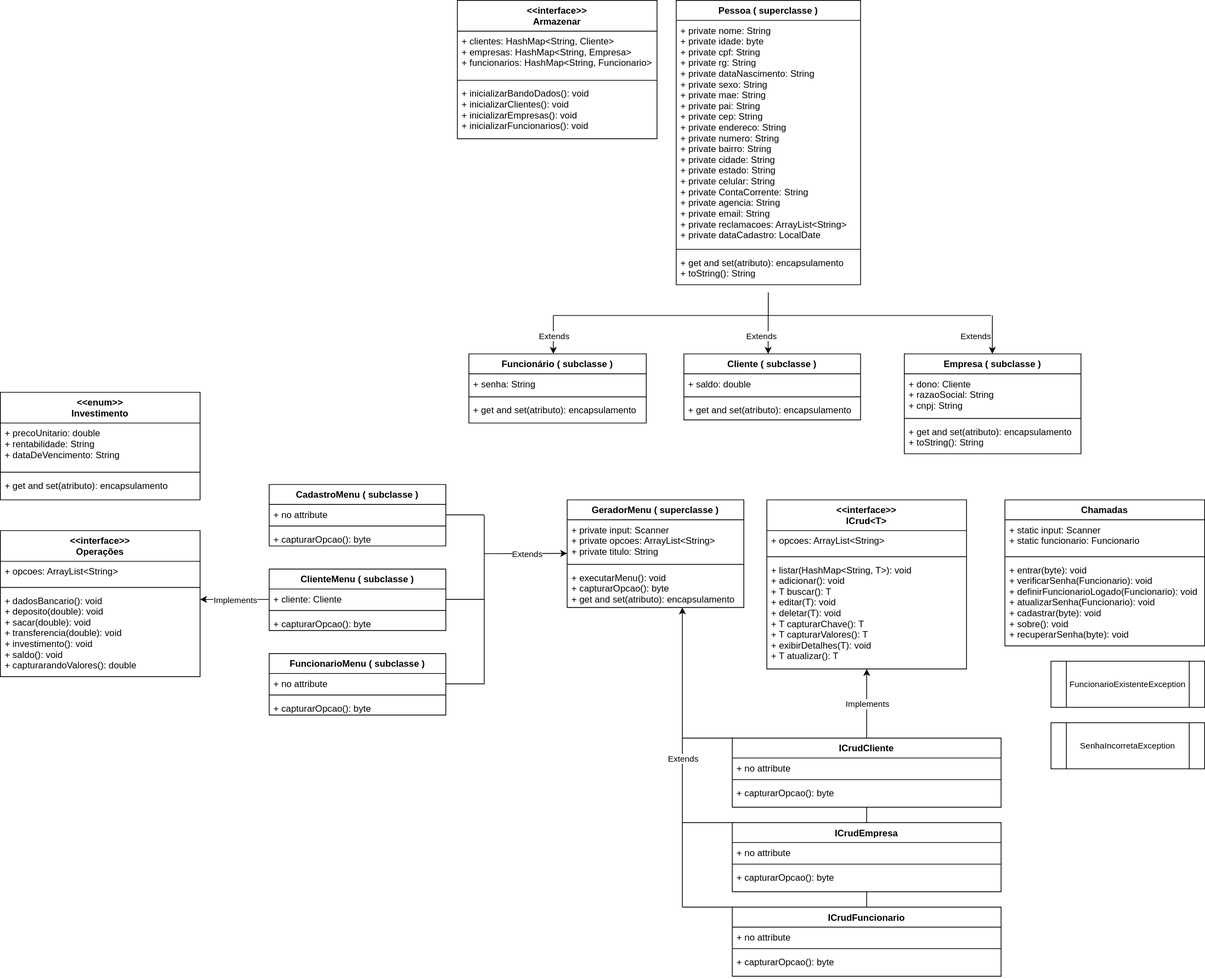
ArthurEstevan/redesenvolvimento-conta-bancaria-v2.0 keeps this draw.io diagram as Diagrama sem nome.drawio.svg. Above is the earlier version. Source tidied: cells renumbered, new cells last; positions are measured from the earlier drawing's top-left corner, leaving out a move shared by most shapes.
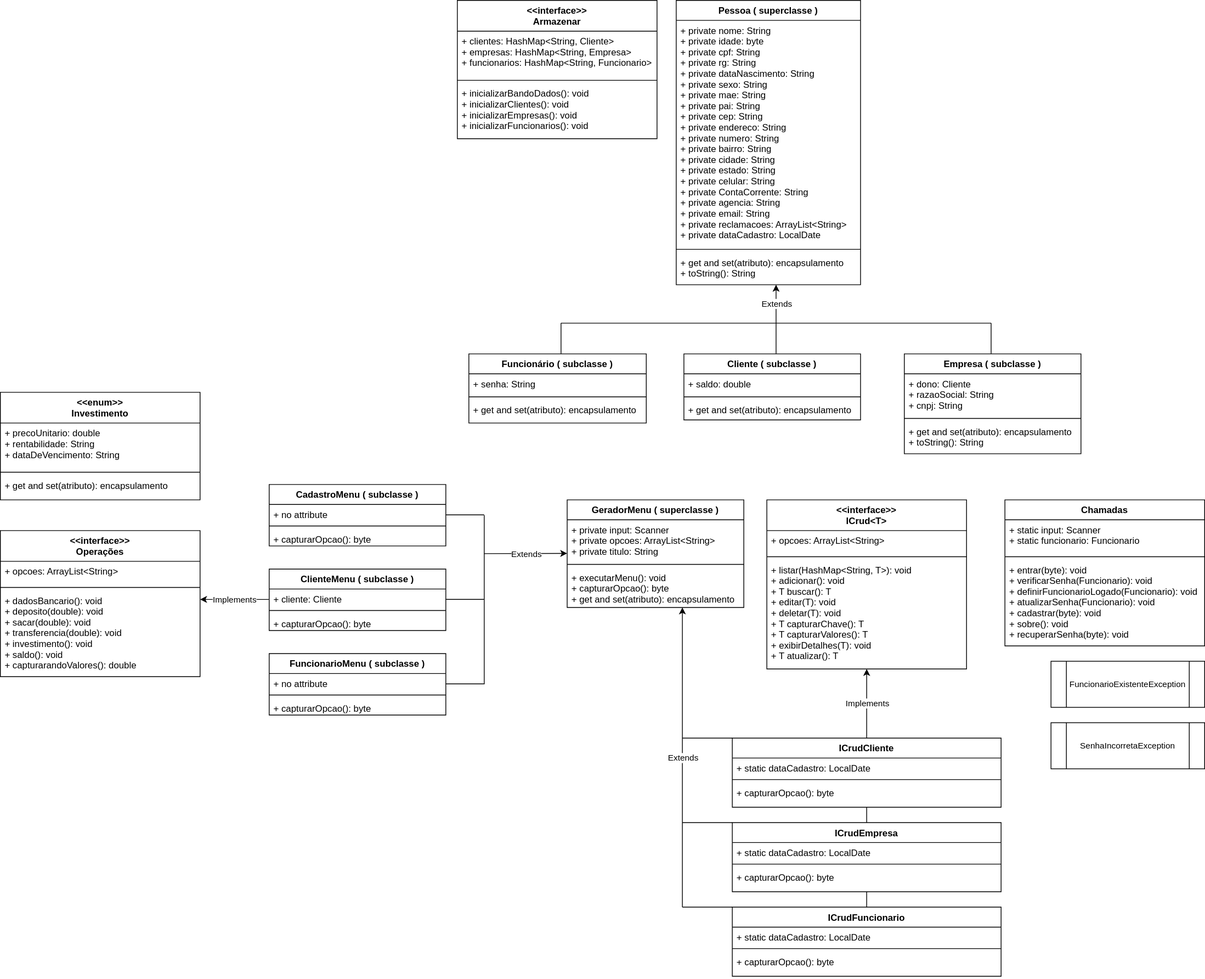
Above is the later version.

Diff of the diagram source:
```diff
@@ -113,7 +113,7 @@
     <mxCell id="38" value="ICrudCliente" style="swimlane;fontStyle=1;align=center;verticalAlign=top;horizontal=1;startSize=26;" parent="1" vertex="1">
       <mxGeometry x="953" y="960" width="350" height="90" as="geometry" />
     </mxCell>
-    <mxCell id="39" value="+ no attribute" style="text;strokeColor=none;fillColor=none;align=left;verticalAlign=top;spacingLeft=4;spacingRight=4;overflow=hidden;" parent="38" vertex="1">
+    <mxCell id="39" value="+ static dataCadastro: LocalDate" style="text;strokeColor=none;fillColor=none;align=left;verticalAlign=top;spacingLeft=4;spacingRight=4;overflow=hidden;" parent="38" vertex="1">
       <mxGeometry y="26" width="350" height="24" as="geometry" />
     </mxCell>
     <mxCell id="40" style="line;strokeWidth=1;fillColor=none;align=left;verticalAlign=middle;spacingTop=-1;spacingLeft=3;spacingRight=3;labelPosition=right;" parent="38" vertex="1">
@@ -150,7 +150,7 @@
     <mxCell id="48" value="ICrudEmpresa" style="swimlane;fontStyle=1;align=center;verticalAlign=top;horizontal=1;startSize=26;" parent="1" vertex="1">
       <mxGeometry x="953" y="1070" width="350" height="90" as="geometry" />
     </mxCell>
-    <mxCell id="49" value="+ no attribute" style="text;strokeColor=none;fillColor=none;align=left;verticalAlign=top;spacingLeft=4;spacingRight=4;overflow=hidden;" parent="48" vertex="1">
+    <mxCell id="49" value="+ static dataCadastro: LocalDate" style="text;strokeColor=none;fillColor=none;align=left;verticalAlign=top;spacingLeft=4;spacingRight=4;overflow=hidden;" parent="48" vertex="1">
       <mxGeometry y="26" width="350" height="24" as="geometry" />
     </mxCell>
     <mxCell id="50" style="line;strokeWidth=1;fillColor=none;align=left;verticalAlign=middle;spacingTop=-1;spacingLeft=3;spacingRight=3;labelPosition=right;" parent="48" vertex="1">
@@ -162,7 +162,7 @@
     <mxCell id="52" value="ICrudFuncionario" style="swimlane;fontStyle=1;align=center;verticalAlign=top;horizontal=1;startSize=26;" parent="1" vertex="1">
       <mxGeometry x="953" y="1180" width="350" height="90" as="geometry" />
     </mxCell>
-    <mxCell id="53" value="+ no attribute" style="text;strokeColor=none;fillColor=none;align=left;verticalAlign=top;spacingLeft=4;spacingRight=4;overflow=hidden;" parent="52" vertex="1">
+    <mxCell id="53" value="+ static dataCadastro: LocalDate" style="text;strokeColor=none;fillColor=none;align=left;verticalAlign=top;spacingLeft=4;spacingRight=4;overflow=hidden;" parent="52" vertex="1">
       <mxGeometry y="26" width="350" height="24" as="geometry" />
     </mxCell>
     <mxCell id="54" style="line;strokeWidth=1;fillColor=none;align=left;verticalAlign=middle;spacingTop=-1;spacingLeft=3;spacingRight=3;labelPosition=right;" parent="52" vertex="1">
@@ -203,54 +203,6 @@
     <mxCell id="62" value="SenhaIncorretaException" style="shape=process;whiteSpace=wrap;html=1;backgroundOutline=1;fontSize=11;" parent="1" vertex="1">
       <mxGeometry x="1368" y="940" width="200" height="60" as="geometry" />
     </mxCell>
-    <mxCell id="63" style="endArrow=none;html=1;rounded=0;fontSize=11;" parent="1" edge="1">
-      <mxGeometry relative="1" as="geometry">
-        <mxPoint x="999.8" y="410" as="sourcePoint" />
-        <mxPoint x="999.8" y="380" as="targetPoint" />
-      </mxGeometry>
-    </mxCell>
-    <mxCell id="64" style="endArrow=none;html=1;rounded=0;fontSize=11;" parent="1" edge="1">
-      <mxGeometry relative="1" as="geometry">
-        <mxPoint x="720" y="410" as="sourcePoint" />
-        <mxPoint x="1000" y="410" as="targetPoint" />
-      </mxGeometry>
-    </mxCell>
-    <mxCell id="65" style="endArrow=none;html=1;rounded=0;fontSize=11;" parent="1" edge="1">
-      <mxGeometry relative="1" as="geometry">
-        <mxPoint x="1000" y="410" as="sourcePoint" />
-        <mxPoint x="1290" y="410" as="targetPoint" />
-      </mxGeometry>
-    </mxCell>
-    <mxCell id="66" style="endArrow=classic;html=1;rounded=0;fontSize=11;entryX=0.476;entryY=0;entryDx=0;entryDy=0;entryPerimeter=0;" parent="1" edge="1" target="10">
-      <mxGeometry relative="1" as="geometry">
-        <mxPoint x="720" y="410" as="sourcePoint" />
-      </mxGeometry>
-    </mxCell>
-    <mxCell id="67" value="Extends" style="edgeLabel;html=1;align=center;verticalAlign=middle;fontSize=11;" parent="66" vertex="1">
-      <mxGeometry relative="1" as="geometry" />
-    </mxCell>
-    <mxCell id="68" style="endArrow=classic;html=1;rounded=0;fontSize=11;entryX=0.476;entryY=0;entryDx=0;entryDy=0;entryPerimeter=0;" parent="1" edge="1">
-      <mxGeometry relative="1" as="geometry">
-        <mxPoint x="999.7" y="410" as="sourcePoint" />
-        <mxPoint x="999.7" y="460" as="targetPoint" />
-      </mxGeometry>
-    </mxCell>
-    <mxCell id="69" value="Extends" style="edgeLabel;html=1;align=center;verticalAlign=middle;fontSize=11;" parent="68" vertex="1">
-      <mxGeometry relative="1" as="geometry">
-        <mxPoint x="-10" as="offset" />
-      </mxGeometry>
-    </mxCell>
-    <mxCell id="70" style="endArrow=classic;html=1;rounded=0;fontSize=11;entryX=0.476;entryY=0;entryDx=0;entryDy=0;entryPerimeter=0;" parent="1" edge="1">
-      <mxGeometry relative="1" as="geometry">
-        <mxPoint x="1291.6" y="410" as="sourcePoint" />
-        <mxPoint x="1291.6" y="460" as="targetPoint" />
-      </mxGeometry>
-    </mxCell>
-    <mxCell id="71" value="Extends" style="edgeLabel;html=1;align=center;verticalAlign=middle;fontSize=11;" parent="70" vertex="1">
-      <mxGeometry relative="1" as="geometry">
-        <mxPoint x="-23" as="offset" />
-      </mxGeometry>
-    </mxCell>
     <mxCell id="72" value="ClienteMenu ( subclasse )" style="swimlane;fontStyle=1;align=center;verticalAlign=top;horizontal=1;startSize=26;" parent="1" vertex="1">
       <mxGeometry x="350" y="740" width="230" height="80" as="geometry" />
     </mxCell>
@@ -332,5 +284,44 @@
         <mxPoint x="630" y="889.5" as="targetPoint" />
       </mxGeometry>
     </mxCell>
+    <mxCell id="94" style="endArrow=classic;html=1;rounded=0;fontSize=11;" parent="1" edge="1">
+      <mxGeometry relative="1" as="geometry">
+        <mxPoint x="1010" y="420" as="sourcePoint" />
+        <mxPoint x="1010" y="370" as="targetPoint" />
+      </mxGeometry>
+    </mxCell>
+    <mxCell id="95" value="Extends" style="edgeLabel;html=1;align=center;verticalAlign=middle;fontSize=11;" parent="94" vertex="1">
+      <mxGeometry relative="1" as="geometry" />
+    </mxCell>
+    <mxCell id="96" style="endArrow=none;html=1;rounded=0;" parent="1" edge="1">
+      <mxGeometry relative="1" as="geometry">
+        <mxPoint x="730" y="420" as="sourcePoint" />
+        <mxPoint x="1010" y="420" as="targetPoint" />
+      </mxGeometry>
+    </mxCell>
+    <mxCell id="97" style="endArrow=none;html=1;rounded=0;" parent="1" edge="1">
+      <mxGeometry relative="1" as="geometry">
+        <mxPoint x="1010" y="420" as="sourcePoint" />
+        <mxPoint x="1290" y="420" as="targetPoint" />
+      </mxGeometry>
+    </mxCell>
+    <mxCell id="98" style="endArrow=none;html=1;rounded=0;" parent="1" edge="1">
+      <mxGeometry relative="1" as="geometry">
+        <mxPoint x="730" y="460" as="sourcePoint" />
+        <mxPoint x="730" y="420" as="targetPoint" />
+      </mxGeometry>
+    </mxCell>
+    <mxCell id="99" style="endArrow=none;html=1;rounded=0;" parent="1" edge="1">
+      <mxGeometry relative="1" as="geometry">
+        <mxPoint x="1010" y="460" as="sourcePoint" />
+        <mxPoint x="1010" y="420" as="targetPoint" />
+      </mxGeometry>
+    </mxCell>
+    <mxCell id="100" style="endArrow=none;html=1;rounded=0;" parent="1" edge="1">
+      <mxGeometry relative="1" as="geometry">
+        <mxPoint x="1290" y="460" as="sourcePoint" />
+        <mxPoint x="1290" y="420" as="targetPoint" />
+      </mxGeometry>
+    </mxCell>
   </root>
 </mxGraphModel>
```
